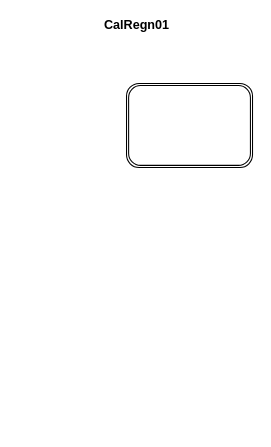
Earlier version of the draw.io diagram Untitled Diagram.drawio (herder883/test). Source tidied: cells renumbered, new cells numbered last; positions are measured from the earlier drawing's top-left corner, leaving out a move shared by most shapes. Both pictures are drawn from the tidied source at 105%, with x=0, y=0 at pixel (126, 20).
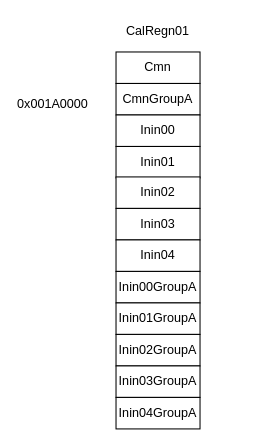
The same diagram, later.

The edit, as a diff of the source:
```diff
@@
 <mxGraphModel>
   <root>
     <mxCell id="0" />
     <mxCell id="1" parent="0" />
+    <mxCell id="4" value="Cmn" style="rounded=0;whiteSpace=wrap;html=1;imageWidth=29;imageHeight=30;" parent="1" vertex="1">
+      <mxGeometry x="-10" y="30" width="80" height="30" as="geometry" />
+    </mxCell>
+    <mxCell id="5" value="CmnGroupA" style="rounded=0;whiteSpace=wrap;html=1;imageWidth=29;imageHeight=30;" parent="1" vertex="1">
+      <mxGeometry x="-10" y="60" width="80" height="30" as="geometry" />
+    </mxCell>
+    <mxCell id="6" value="Inin00" style="rounded=0;whiteSpace=wrap;html=1;imageWidth=29;imageHeight=30;" parent="1" vertex="1">
+      <mxGeometry x="-10" y="90" width="80" height="30" as="geometry" />
+    </mxCell>
+    <mxCell id="7" value="Inin01" style="rounded=0;whiteSpace=wrap;html=1;imageWidth=29;imageHeight=30;" parent="1" vertex="1">
+      <mxGeometry x="-10" y="120" width="80" height="30" as="geometry" />
+    </mxCell>
+    <mxCell id="8" value="Inin02" style="rounded=0;whiteSpace=wrap;html=1;imageWidth=29;imageHeight=30;" parent="1" vertex="1">
+      <mxGeometry x="-10" y="149" width="80" height="30" as="geometry" />
+    </mxCell>
+    <mxCell id="9" value="Inin03" style="rounded=0;whiteSpace=wrap;html=1;imageWidth=29;imageHeight=30;" parent="1" vertex="1">
+      <mxGeometry x="-10" y="179" width="80" height="30" as="geometry" />
+    </mxCell>
+    <mxCell id="10" value="Inin04" style="rounded=0;whiteSpace=wrap;html=1;imageWidth=29;imageHeight=30;" parent="1" vertex="1">
+      <mxGeometry x="-10" y="209" width="80" height="30" as="geometry" />
+    </mxCell>
+    <mxCell id="11" value="Inin00GroupA" style="rounded=0;whiteSpace=wrap;html=1;imageWidth=29;imageHeight=30;" parent="1" vertex="1">
+      <mxGeometry x="-10" y="239" width="80" height="30" as="geometry" />
+    </mxCell>
+    <mxCell id="12" value="Inin01GroupA" style="rounded=0;whiteSpace=wrap;html=1;imageWidth=29;imageHeight=30;" parent="1" vertex="1">
+      <mxGeometry x="-10" y="269" width="80" height="30" as="geometry" />
+    </mxCell>
+    <mxCell id="13" value="Inin02GroupA" style="rounded=0;whiteSpace=wrap;html=1;imageWidth=29;imageHeight=30;" parent="1" vertex="1">
+      <mxGeometry x="-10" y="299" width="80" height="30" as="geometry" />
+    </mxCell>
+    <mxCell id="14" value="Inin03GroupA" style="rounded=0;whiteSpace=wrap;html=1;imageWidth=29;imageHeight=30;" parent="1" vertex="1">
+      <mxGeometry x="-10" y="329" width="80" height="30" as="geometry" />
+    </mxCell>
+    <mxCell id="15" value="Inin04GroupA" style="rounded=0;whiteSpace=wrap;html=1;imageWidth=29;imageHeight=30;arcSize=15;" parent="1" vertex="1">
+      <mxGeometry x="-10" y="359" width="80" height="30" as="geometry" />
+    </mxCell>
+    <mxCell id="16" value="0x001A0000" style="text;html=1;strokeColor=none;fillColor=none;align=center;verticalAlign=middle;whiteSpace=wrap;rounded=0;" parent="1" vertex="1">
+      <mxGeometry x="-90" y="70" width="40" height="20" as="geometry" />
+    </mxCell>
-    <mxCell id="2" value="&lt;span style=&quot;font-weight: 700&quot;&gt;CalRegn01&lt;/span&gt;" style="text;html=1;strokeColor=none;fillColor=none;align=center;verticalAlign=middle;whiteSpace=wrap;rounded=0;" parent="1" vertex="1">
-      <mxGeometry width="20" height="10" as="geometry" />
+    <mxCell id="2" value="CalRegn01" style="text;html=1;strokeColor=none;fillColor=none;align=center;verticalAlign=middle;whiteSpace=wrap;rounded=0;" parent="1" vertex="1">
+      <mxGeometry width="60" height="20" as="geometry" />
     </mxCell>
-    <mxCell id="3" style="shape=ext;double=1;rounded=1;whiteSpace=wrap;html=1;" parent="1" vertex="1">
-      <mxGeometry y="60" width="120" height="80" as="geometry" />
-    </mxCell>
   </root>
 </mxGraphModel>
```
